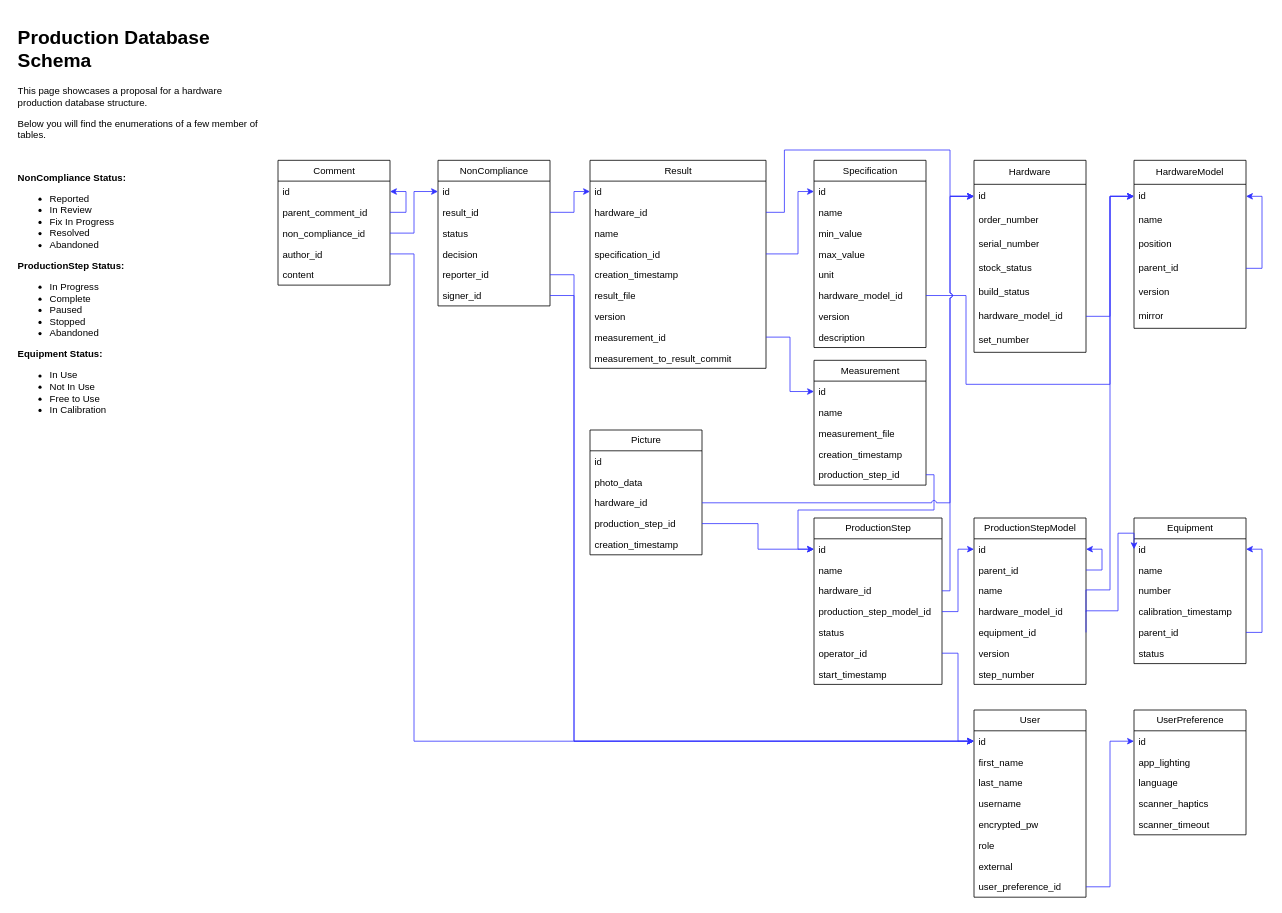
johnhalz/app_db keeps this draw.io diagram as img/database_structure.drawio. Above is the earlier version. Source tidied: cells renumbered, new cells numbered last; positions are measured from the earlier drawing's top-left corner, leaving out a move shared by most shapes. Both pictures are drawn from the tidied source at 80%, with x=0, y=0 at pixel (14, 22).
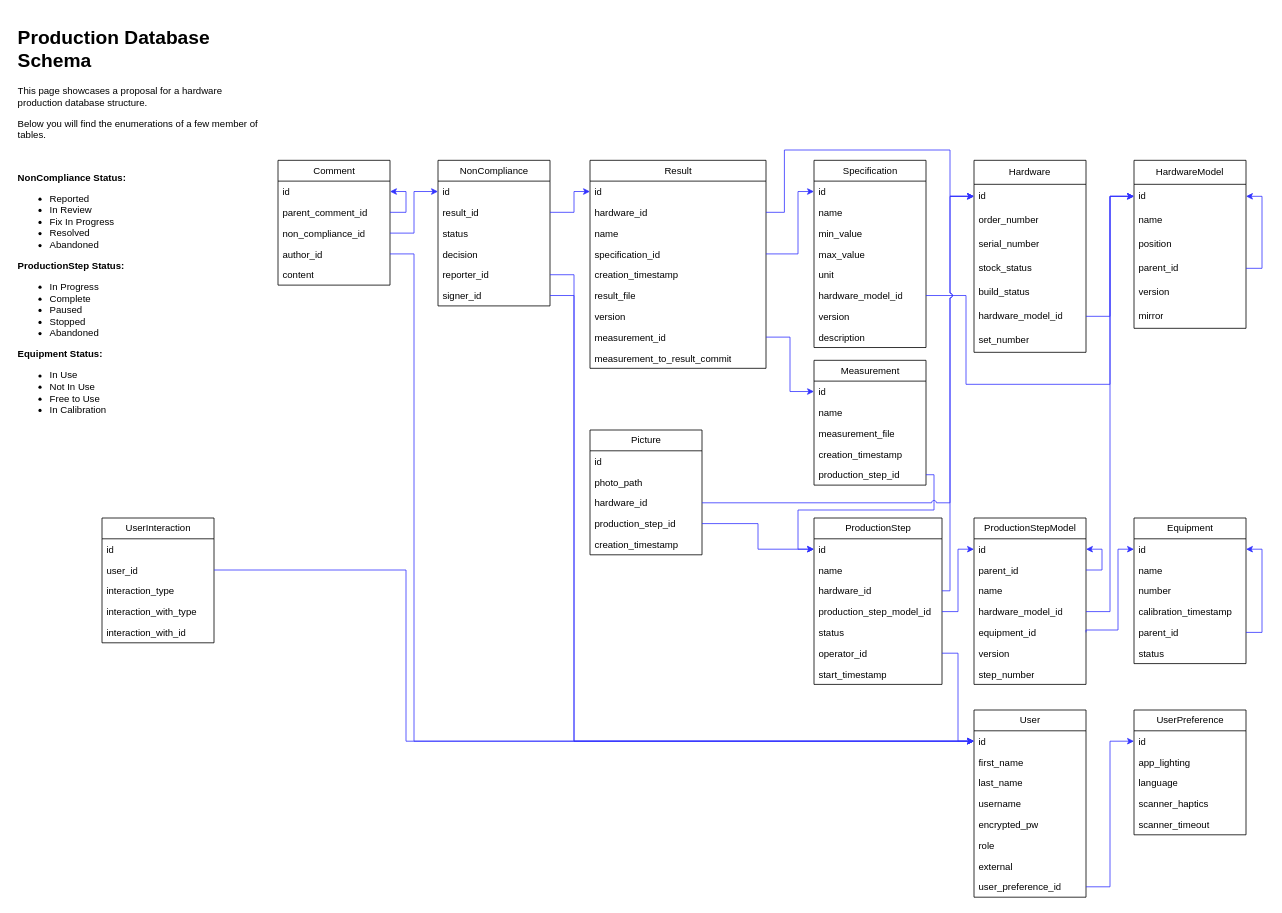
After the change.

Unchanged cells that the change refers to:
```xml
<mxCell id="3" value="id" style="text;strokeColor=none;fillColor=none;align=left;verticalAlign=top;spacingLeft=4;spacingRight=4;overflow=hidden;points=[[0,0.5],[1,0.5]];portConstraint=eastwest;whiteSpace=wrap;html=1;" parent="2" vertex="1">
  <mxGeometry y="26" width="140" height="26" as="geometry" />
</mxCell>
<mxCell id="19" value="id" style="text;strokeColor=none;fillColor=none;align=left;verticalAlign=middle;spacingLeft=4;spacingRight=4;overflow=hidden;points=[[0,0.5],[1,0.5]];portConstraint=eastwest;whiteSpace=wrap;html=1;" parent="18" vertex="1">
  <mxGeometry y="30" width="140" height="30" as="geometry" />
</mxCell>
<mxCell id="36" value="id" style="text;strokeColor=none;fillColor=none;align=left;verticalAlign=top;spacingLeft=4;spacingRight=4;overflow=hidden;points=[[0,0.5],[1,0.5]];portConstraint=eastwest;whiteSpace=wrap;html=1;" parent="35" vertex="1">
  <mxGeometry y="26" width="140" height="26" as="geometry" />
</mxCell>
<mxCell id="85" value="hardware_model_id" style="text;strokeColor=none;fillColor=none;align=left;verticalAlign=top;spacingLeft=4;spacingRight=4;overflow=hidden;points=[[0,0.5],[1,0.5]];portConstraint=eastwest;whiteSpace=wrap;html=1;" parent="80" vertex="1">
  <mxGeometry y="104" width="140" height="26" as="geometry" />
</mxCell>
<mxCell id="86" value="equipment_id" style="text;strokeColor=none;fillColor=none;align=left;verticalAlign=top;spacingLeft=4;spacingRight=4;overflow=hidden;points=[[0,0.5],[1,0.5]];portConstraint=eastwest;whiteSpace=wrap;html=1;" parent="80" vertex="1">
  <mxGeometry y="130" width="140" height="26" as="geometry" />
</mxCell>
<mxCell id="112" value="Picture" style="swimlane;fontStyle=0;horizontal=1;startSize=26;fillColor=none;html=1;" parent="1" vertex="1">
  <mxGeometry x="720" y="510" width="140" height="156" as="geometry" />
</mxCell>
```

What changed in the source:
```diff
@@
     <mxCell id="89" style="edgeStyle=orthogonalEdgeStyle;rounded=0;jumpStyle=arc;jettySize=auto;html=1;entryX=0;entryY=0.5;entryDx=0;entryDy=0;strokeColor=#3333FF;exitX=1;exitY=0.5;exitDx=0;exitDy=0;" parent="1" edge="1" source="85" target="19">
       <mxGeometry relative="1" as="geometry">
         <Array as="points">
-          <mxPoint x="1370" y="709.9" />
-          <mxPoint x="1370" y="217.9" />
+          <mxPoint x="1370" y="737" />
+          <mxPoint x="1370" y="218" />
         </Array>
       </mxGeometry>
     </mxCell>
     <mxCell id="90" style="edgeStyle=orthogonalEdgeStyle;rounded=0;jumpStyle=arc;jettySize=auto;html=1;entryX=0;entryY=0.5;entryDx=0;entryDy=0;strokeColor=#3333FF;exitX=1;exitY=0.5;exitDx=0;exitDy=0;" parent="1" edge="1" source="86" target="36">
       <mxGeometry relative="1" as="geometry">
         <Array as="points">
-          <mxPoint x="1340" y="736" />
-          <mxPoint x="1380" y="736" />
-          <mxPoint x="1380" y="639" />
+          <mxPoint x="1340" y="760" />
+          <mxPoint x="1380" y="760" />
+          <mxPoint x="1380" y="659" />
         </Array>
       </mxGeometry>
     </mxCell>
@@
     <mxCell id="111" value="&lt;h1&gt;Production Database Schema&lt;/h1&gt;&lt;p&gt;This page showcases a proposal for a hardware production database structure.&lt;/p&gt;&lt;p&gt;Below you will find the enumerations of a few member of tables.&lt;/p&gt;&lt;p&gt;&lt;br&gt;&lt;/p&gt;&lt;p&gt;&lt;b&gt;NonCompliance Status:&lt;/b&gt;&lt;/p&gt;&lt;p&gt;&lt;/p&gt;&lt;ul&gt;&lt;li&gt;Reported&lt;/li&gt;&lt;li&gt;In Review&lt;/li&gt;&lt;li&gt;Fix In Progress&lt;/li&gt;&lt;li&gt;Resolved&lt;/li&gt;&lt;li&gt;Abandoned&lt;/li&gt;&lt;/ul&gt;&lt;div&gt;&lt;b&gt;ProductionStep Status:&lt;/b&gt;&lt;/div&gt;&lt;div&gt;&lt;ul&gt;&lt;li&gt;In Progress&lt;/li&gt;&lt;li&gt;Complete&lt;/li&gt;&lt;li&gt;Paused&lt;/li&gt;&lt;li&gt;Stopped&lt;/li&gt;&lt;li&gt;Abandoned&lt;/li&gt;&lt;/ul&gt;&lt;div&gt;&lt;b&gt;Equipment Status:&lt;/b&gt;&lt;/div&gt;&lt;/div&gt;&lt;div&gt;&lt;ul&gt;&lt;li&gt;In Use&lt;/li&gt;&lt;li&gt;Not In Use&lt;/li&gt;&lt;li&gt;Free to Use&lt;/li&gt;&lt;li&gt;In Calibration&lt;/li&gt;&lt;/ul&gt;&lt;/div&gt;&lt;p&gt;&lt;/p&gt;" style="text;html=1;strokeColor=none;fillColor=none;spacing=5;spacingTop=-20;whiteSpace=wrap;overflow=hidden;rounded=0;" parent="1" vertex="1">
-      <mxGeometry width="320" height="800" as="geometry" />
+      <mxGeometry width="320" height="500" as="geometry" />
     </mxCell>
@@
-    <mxCell id="114" value="photo_data" style="text;strokeColor=none;fillColor=none;align=left;verticalAlign=top;spacingLeft=4;spacingRight=4;overflow=hidden;whiteSpace=wrap;html=1;" parent="112" vertex="1">
+    <mxCell id="114" value="photo_path" style="text;strokeColor=none;fillColor=none;align=left;verticalAlign=top;spacingLeft=4;spacingRight=4;overflow=hidden;whiteSpace=wrap;html=1;" parent="112" vertex="1">
       <mxGeometry y="52" width="140" height="26" as="geometry" />
     </mxCell>
@@
+    <mxCell id="123" value="UserInteraction" style="swimlane;fontStyle=0;horizontal=1;startSize=26;fillColor=none;html=1;" parent="1" vertex="1">
+      <mxGeometry x="110" y="620" width="140" height="156" as="geometry" />
+    </mxCell>
+    <mxCell id="124" value="id" style="text;strokeColor=none;fillColor=none;align=left;verticalAlign=top;spacingLeft=4;spacingRight=4;overflow=hidden;whiteSpace=wrap;html=1;" parent="123" vertex="1">
+      <mxGeometry y="26" width="140" height="26" as="geometry" />
+    </mxCell>
+    <mxCell id="125" value="user_id" style="text;strokeColor=none;fillColor=none;align=left;verticalAlign=top;spacingLeft=4;spacingRight=4;overflow=hidden;points=[[0,0.5],[1,0.5]];portConstraint=eastwest;whiteSpace=wrap;html=1;" parent="123" vertex="1">
+      <mxGeometry y="52" width="140" height="26" as="geometry" />
+    </mxCell>
+    <mxCell id="126" value="interaction_type" style="text;strokeColor=none;fillColor=none;align=left;verticalAlign=top;spacingLeft=4;spacingRight=4;overflow=hidden;whiteSpace=wrap;html=1;" parent="123" vertex="1">
+      <mxGeometry y="78" width="140" height="26" as="geometry" />
+    </mxCell>
+    <mxCell id="127" value="interaction_with_type" style="text;strokeColor=none;fillColor=none;align=left;verticalAlign=top;spacingLeft=4;spacingRight=4;overflow=hidden;whiteSpace=wrap;html=1;" parent="123" vertex="1">
+      <mxGeometry y="104" width="140" height="26" as="geometry" />
+    </mxCell>
+    <mxCell id="128" value="interaction_with_id" style="text;strokeColor=none;fillColor=none;align=left;verticalAlign=top;spacingLeft=4;spacingRight=4;overflow=hidden;whiteSpace=wrap;html=1;" parent="123" vertex="1">
+      <mxGeometry y="130" width="140" height="26" as="geometry" />
+    </mxCell>
+    <mxCell id="129" style="edgeStyle=orthogonalEdgeStyle;rounded=0;jettySize=auto;html=1;entryX=0;entryY=0.5;entryDx=0;entryDy=0;strokeColor=#3333FF;exitX=1;exitY=0.5;exitDx=0;exitDy=0;" parent="1" edge="1" source="125" target="3">
+      <mxGeometry relative="1" as="geometry">
+        <Array as="points">
+          <mxPoint x="490" y="685" />
+          <mxPoint x="490" y="899" />
+        </Array>
+      </mxGeometry>
+    </mxCell>
```
